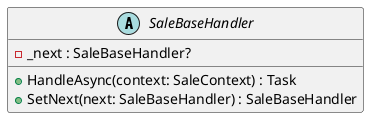
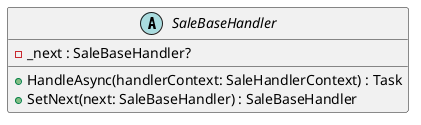
@startuml SaleBaseHandler

abstract class SaleBaseHandler {
    -_next : SaleBaseHandler?
-     +HandleAsync(context: SaleContext) : Task
+     +HandleAsync(handlerContext: SaleHandlerContext) : Task
    +SetNext(next: SaleBaseHandler) : SaleBaseHandler
}

@enduml
